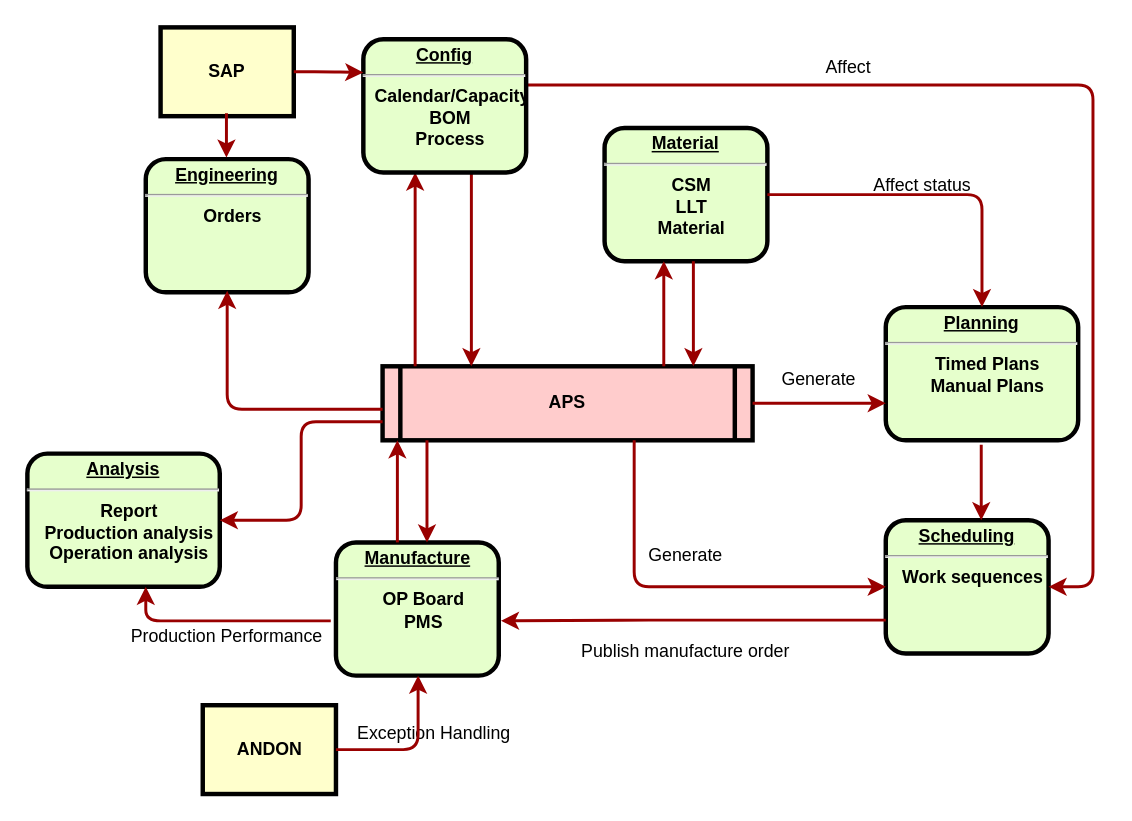
This is Untitled Diagram.drawio from chinaxiaonan/ant-design, a draw.io file, before an edit. Source tidied: cells renumbered, new cells numbered last; positions are measured from the earlier drawing's top-left corner, leaving out a move shared by most shapes. Both pictures are drawn from the tidied source at 148%, with x=0, y=0 at pixel (27, 27).
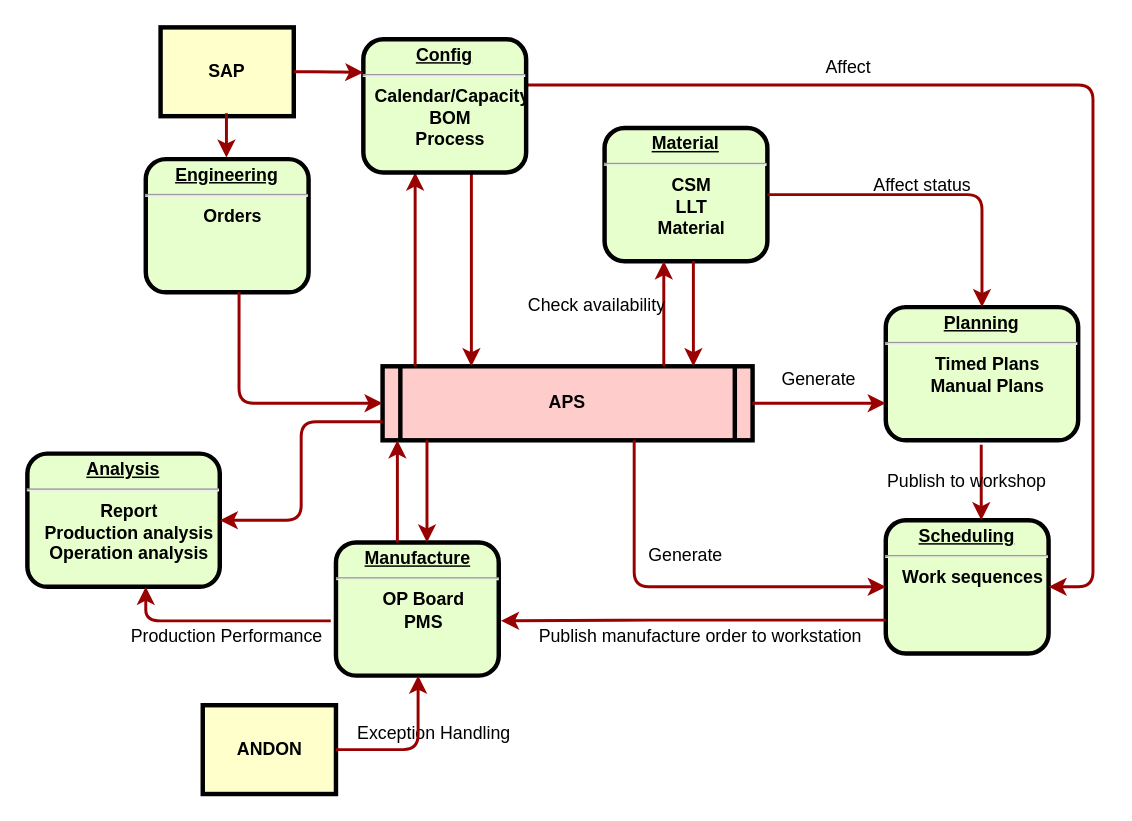
Above is the later version.

The change refers to these unchanged cells:
```xml
<mxCell id="2" value="APS" style="shape=process;whiteSpace=wrap;align=center;verticalAlign=middle;size=0.0475;fontStyle=1;strokeWidth=3;fillColor=#FFCCCC;" parent="1" vertex="1">
  <mxGeometry x="240" y="229" width="250" height="50" as="geometry" />
</mxCell>
<mxCell id="3" value="&lt;p style=&quot;margin: 0px ; margin-top: 4px ; text-align: center ; text-decoration: underline&quot;&gt;&lt;strong&gt;Engineering&lt;br&gt;&lt;/strong&gt;&lt;/p&gt;&lt;hr&gt;&lt;p style=&quot;margin: 0px ; margin-left: 8px&quot;&gt;Orders&lt;br&gt;&lt;/p&gt;" style="verticalAlign=middle;align=center;overflow=fill;fontSize=12;fontFamily=Helvetica;html=1;rounded=1;fontStyle=1;strokeWidth=3;fillColor=#E6FFCC;" parent="1" vertex="1">
  <mxGeometry x="80" y="89" width="110" height="90" as="geometry" />
</mxCell>
```

Change to the diagram source:
```diff
@@
-    <mxCell id="11" style="edgeStyle=elbowEdgeStyle;elbow=horizontal;strokeColor=#990000;strokeWidth=2;exitX=0;exitY=0.58;exitDx=0;exitDy=0;exitPerimeter=0;" parent="1" edge="1" source="2">
+    <mxCell id="11" style="edgeStyle=elbowEdgeStyle;elbow=horizontal;strokeColor=#990000;strokeWidth=2;entryX=0;entryY=0.5;entryDx=0;entryDy=0;exitX=0.573;exitY=1;exitDx=0;exitDy=0;exitPerimeter=0;" parent="1" edge="1" source="3" target="2">
       <mxGeometry relative="1" as="geometry">
-        <mxPoint x="135" y="178" as="targetPoint" />
         <Array as="points">
+          <mxPoint x="143" y="238" />
           <mxPoint x="135" y="228" />
         </Array>
       </mxGeometry>
     </mxCell>
@@
-    <mxCell id="34" value="Publish manufacture order" style="text;spacingTop=-5;align=center;" parent="1" vertex="1">
-      <mxGeometry x="410" y="413" width="70" height="20" as="geometry" />
+    <mxCell id="34" value="Publish manufacture order to workstation" style="text;spacingTop=-5;align=center;" parent="1" vertex="1">
+      <mxGeometry x="420" y="403" width="70" height="20" as="geometry" />
     </mxCell>
@@
+    <mxCell id="37" value="Publish to workshop" style="text;spacingTop=-5;align=center;" parent="1" vertex="1">
+      <mxGeometry x="600" y="298" width="70" height="20" as="geometry" />
+    </mxCell>
+    <mxCell id="38" value="Check availability" style="text;spacingTop=-5;align=center;" parent="1" vertex="1">
+      <mxGeometry x="350" y="179" width="70" height="20" as="geometry" />
+    </mxCell>
```
